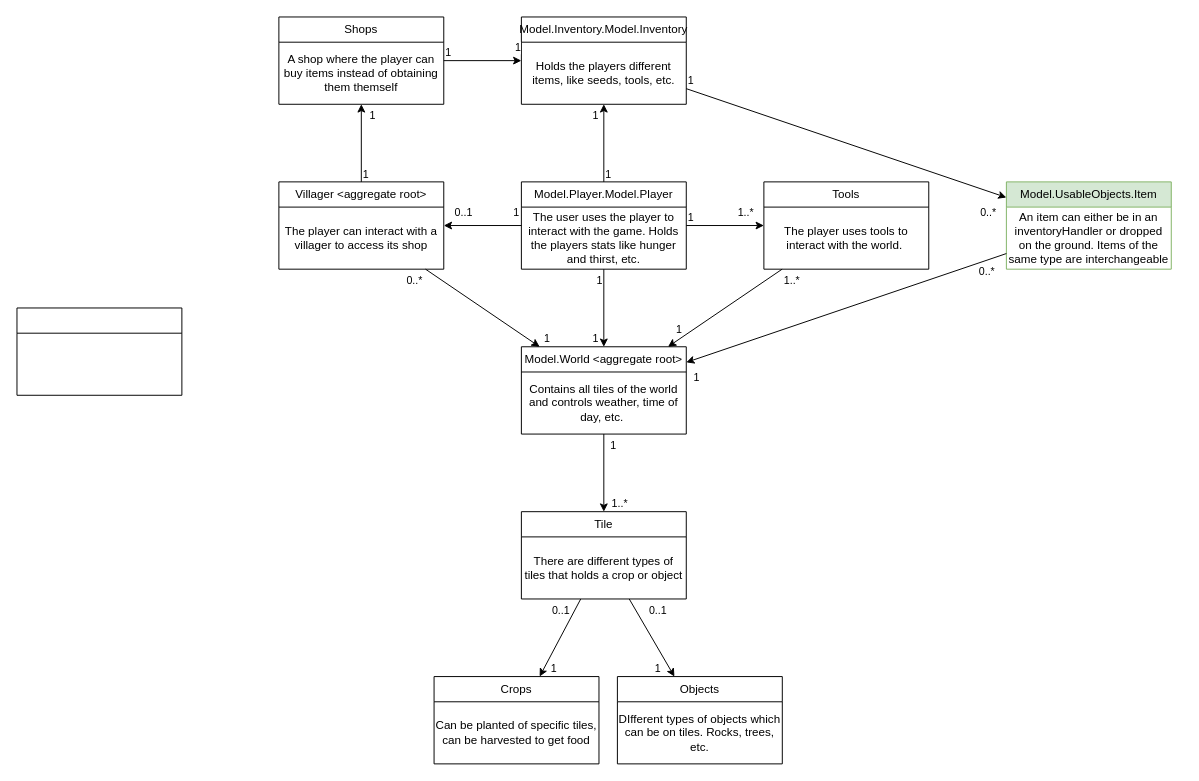
This is Domainmodel.drawio from ErikFogelstrand/OOPP-eenn, a draw.io file, before an edit. Source tidied: cells renumbered, new cells numbered last; positions are measured from the earlier drawing's top-left corner, leaving out a move shared by most shapes. Both pictures are drawn from the tidied source at 97%, with x=0, y=0 at pixel (16, 16).
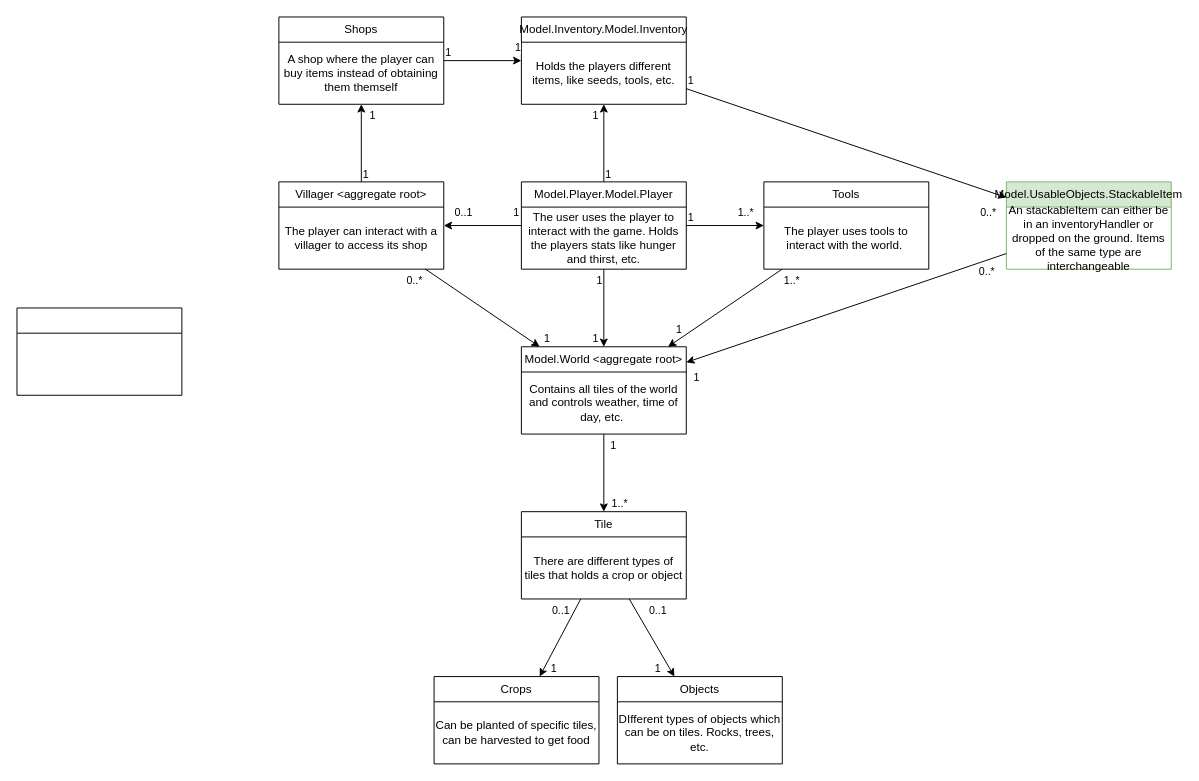
The same diagram, later.

What changed in the source:
```diff
@@
-    <mxCell id="45" value="Model.UsableObjects.Item" style="swimlane;fontStyle=0;horizontal=1;startSize=26;fillColor=#d5e8d4;whiteSpace=wrap;html=1;strokeColor=#82b366;" parent="1" vertex="1">
+    <mxCell id="45" value="Model.UsableObjects.StackableItem" style="swimlane;fontStyle=0;horizontal=1;startSize=26;fillColor=#d5e8d4;whiteSpace=wrap;html=1;strokeColor=#82b366;" parent="1" vertex="1">
       <mxGeometry x="1020" y="170" width="170" height="90" as="geometry" />
     </mxCell>
-    <mxCell id="46" value="An item can either be in an inventoryHandler or dropped on the ground. Items of the same type are interchangeable" style="text;html=1;align=center;verticalAlign=middle;whiteSpace=wrap;rounded=0;" parent="45" vertex="1">
+    <mxCell id="46" value="An stackableItem can either be in an inventoryHandler or dropped on the ground. Items of the same type are interchangeable" style="text;html=1;align=center;verticalAlign=middle;whiteSpace=wrap;rounded=0;" parent="45" vertex="1">
       <mxGeometry y="26" width="170" height="64" as="geometry" />
     </mxCell>
```
